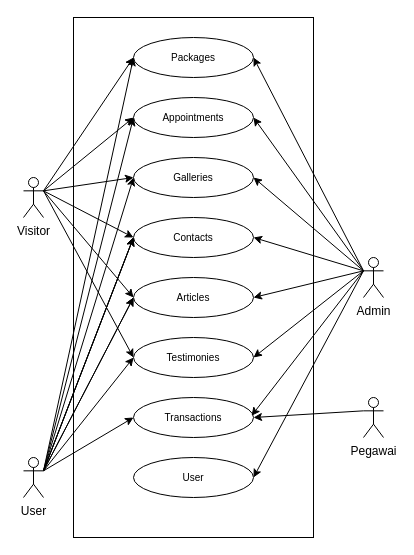
Above: page "Page-1" (1 of 2) of diagram/usecase/Use Case Keseluruhan.drawio in wepro-v/asset (draw.io), before the change. Source tidied: cells renumbered, new cells numbered last; positions are measured from the earlier drawing's top-left corner, leaving out a move shared by most shapes. Both pictures are drawn from the tidied source at 100%, with x=0, y=0 at pixel (23, 17).
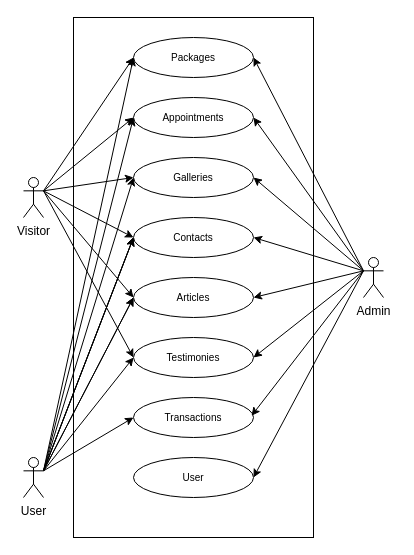
The same diagram, later.

Unchanged cells that the change refers to:
```xml
<mxCell id="17" value="&lt;font style=&quot;font-size: 10px;&quot;&gt;Transactions&lt;/font&gt;" style="ellipse;whiteSpace=wrap;html=1;" parent="1" vertex="1">
  <mxGeometry x="110" y="380" width="120" height="40" as="geometry" />
</mxCell>
```

Change to the diagram source:
```diff
@@
-    <mxCell id="38" value="Pegawai" style="shape=umlActor;verticalLabelPosition=bottom;verticalAlign=top;html=1;" parent="1" vertex="1">
-      <mxGeometry x="340" y="380" width="20" height="40" as="geometry" />
-    </mxCell>
-    <mxCell id="39" style="endArrow=classic;html=1;rounded=0;exitX=0;exitY=0.3333333333333333;exitDx=0;exitDy=0;exitPerimeter=0;entryX=1;entryY=0.5;entryDx=0;entryDy=0;" parent="1" edge="1" source="38" target="17">
-      <mxGeometry relative="1" as="geometry" />
-    </mxCell>
```
